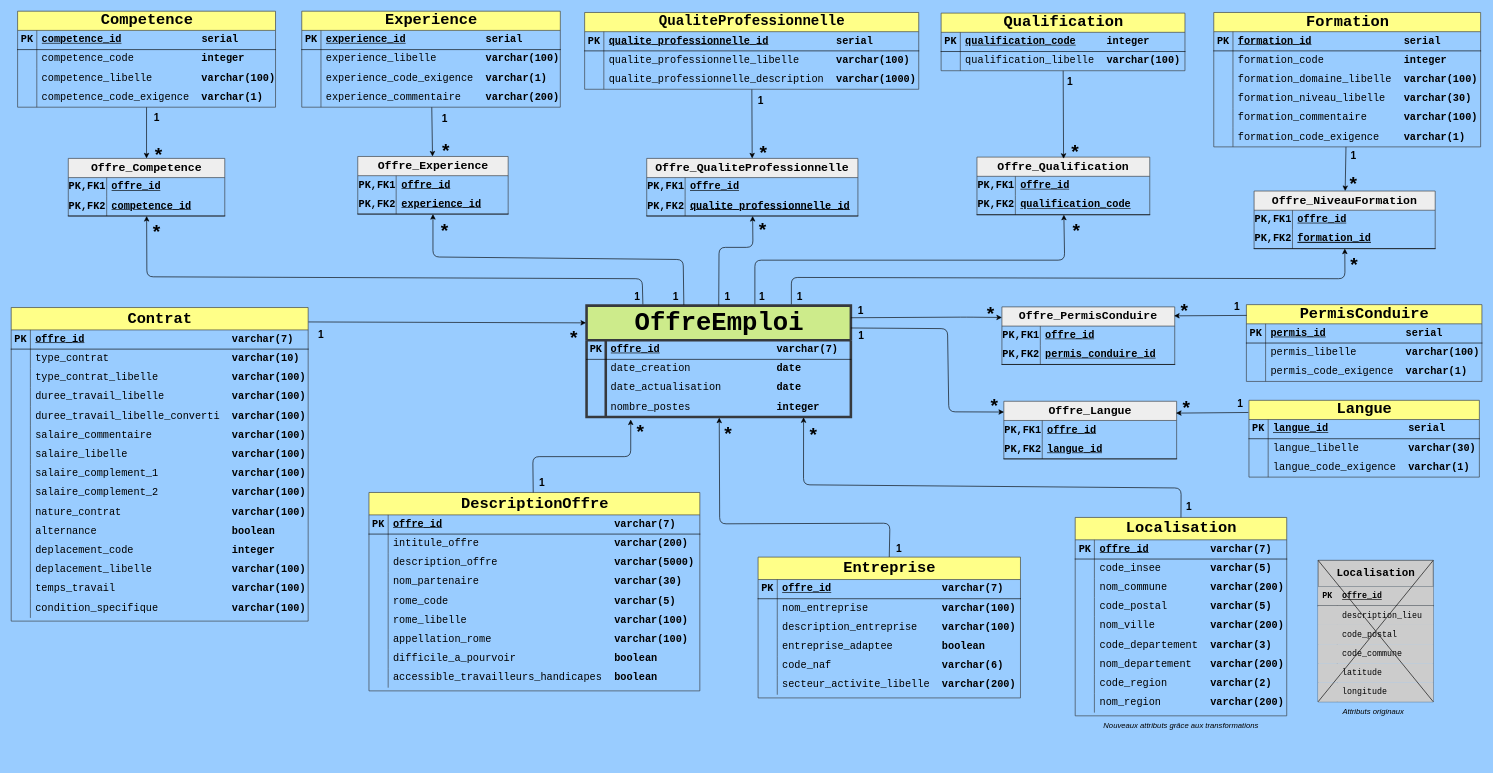
The draw.io diagram load_sql/UML.drawio in vimchun/Job-Market-in-France, before the edit. Source tidied: cells renumbered, new cells numbered last; positions are measured from the earlier drawing's top-left corner, leaving out a move shared by most shapes. Both pictures are drawn from the tidied source at 64%, with x=0, y=0 at pixel (11, 11).
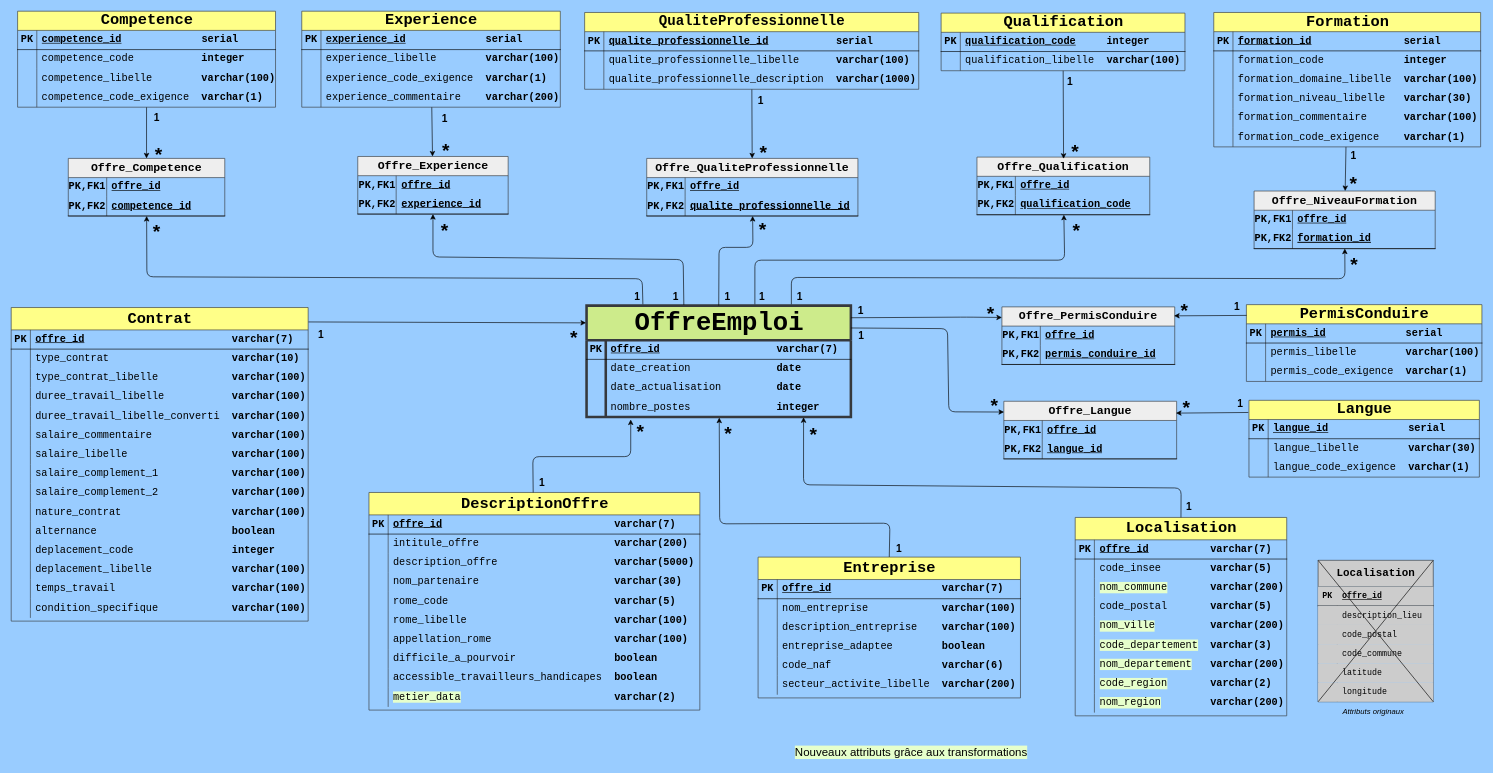
After the change.

Commit message (it also covers changes not shown here):
mise à jour des fichiers drawio (uml + workflow)

Unchanged cells that the change refers to:
```xml
<mxCell id="215" style="shape=tableRow;horizontal=0;startSize=0;swimlaneHead=0;swimlaneBody=0;fillColor=none;top=0;left=0;right=0;bottom=0;rounded=0;fontFamily=Courier New;fontSize=16;strokeColor=#000000;" parent="208" vertex="1">
  <mxGeometry y="95" width="330.5" height="30" as="geometry" />
</mxCell>
<mxCell id="221" style="shape=tableRow;horizontal=0;startSize=0;swimlaneHead=0;swimlaneBody=0;fillColor=none;top=0;left=0;right=0;bottom=0;rounded=0;fontFamily=Courier New;fontSize=16;strokeColor=#000000;" parent="208" vertex="1">
  <mxGeometry y="155" width="330.5" height="30" as="geometry" />
</mxCell>
<mxCell id="224" style="shape=tableRow;horizontal=0;startSize=0;swimlaneHead=0;swimlaneBody=0;fillColor=none;top=0;left=0;right=0;bottom=0;rounded=0;fontFamily=Courier New;fontSize=16;strokeColor=#000000;" parent="208" vertex="1">
  <mxGeometry y="185" width="330.5" height="30" as="geometry" />
</mxCell>
<mxCell id="227" style="shape=tableRow;horizontal=0;startSize=0;swimlaneHead=0;swimlaneBody=0;fillColor=none;top=0;left=0;right=0;bottom=0;rounded=0;fontFamily=Courier New;fontSize=16;strokeColor=#000000;" parent="208" vertex="1">
  <mxGeometry y="215" width="330.5" height="30" as="geometry" />
</mxCell>
<mxCell id="230" style="shape=tableRow;horizontal=0;startSize=0;swimlaneHead=0;swimlaneBody=0;fillColor=none;top=0;left=0;right=0;bottom=0;rounded=0;fontFamily=Courier New;fontSize=16;strokeColor=#000000;" parent="208" vertex="1">
  <mxGeometry y="245" width="330.5" height="30" as="geometry" />
</mxCell>
<mxCell id="233" style="shape=tableRow;horizontal=0;startSize=0;swimlaneHead=0;swimlaneBody=0;fillColor=none;top=0;left=0;right=0;bottom=0;rounded=0;fontFamily=Courier New;fontSize=16;strokeColor=#000000;" parent="208" vertex="1">
  <mxGeometry y="275" width="330.5" height="30" as="geometry" />
</mxCell>
```

Diff of the diagram source:
```diff
@@
-    <mxCell id="217" value="&lt;span style=&quot;background-color: transparent;&quot;&gt;nom_commune&amp;nbsp; &amp;nbsp; &amp;nbsp; &amp;nbsp;&lt;b style=&quot;color: light-dark(rgb(0, 0, 0), rgb(255, 255, 255));&quot;&gt;varchar(200)&lt;/b&gt;&lt;/span&gt;" style="shape=partialRectangle;fillColor=none;top=0;left=0;bottom=0;right=0;align=left;spacingLeft=6;overflow=hidden;whiteSpace=wrap;html=1;rounded=0;fontFamily=Courier New;fontSize=16;strokeColor=#000000;" parent="215" vertex="1">
+    <mxCell id="217" value="&lt;font style=&quot;color: rgb(0, 0, 0); background-color: rgb(230, 255, 204);&quot;&gt;nom_commune&lt;/font&gt;&amp;nbsp; &amp;nbsp; &amp;nbsp; &amp;nbsp;&lt;b style=&quot;background-color: transparent; color: light-dark(rgb(0, 0, 0), rgb(255, 255, 255));&quot;&gt;varchar(200)&lt;/b&gt;" style="shape=partialRectangle;fillColor=none;top=0;left=0;bottom=0;right=0;align=left;spacingLeft=6;overflow=hidden;whiteSpace=wrap;html=1;rounded=0;fontFamily=Courier New;fontSize=16;strokeColor=#000000;" parent="215" vertex="1">
       <mxGeometry x="30" width="300.5" height="30" as="geometry" />
     </mxCell>
@@
-    <mxCell id="223" value="&lt;span style=&quot;background-color: transparent;&quot;&gt;nom_ville&amp;nbsp; &amp;nbsp; &amp;nbsp; &amp;nbsp; &amp;nbsp;&lt;b style=&quot;color: light-dark(rgb(0, 0, 0), rgb(255, 255, 255));&quot;&gt;varchar(200)&lt;/b&gt;&lt;/span&gt;" style="shape=partialRectangle;fillColor=none;top=0;left=0;bottom=0;right=0;align=left;spacingLeft=6;overflow=hidden;whiteSpace=wrap;html=1;rounded=0;fontFamily=Courier New;fontSize=16;strokeColor=#000000;" parent="221" vertex="1">
+    <mxCell id="223" value="&lt;font style=&quot;color: rgb(0, 0, 0); background-color: rgb(230, 255, 204);&quot;&gt;nom_ville&lt;/font&gt;&amp;nbsp; &amp;nbsp; &amp;nbsp; &amp;nbsp; &amp;nbsp;&lt;b style=&quot;background-color: transparent; color: light-dark(rgb(0, 0, 0), rgb(255, 255, 255));&quot;&gt;varchar(200)&lt;/b&gt;" style="shape=partialRectangle;fillColor=none;top=0;left=0;bottom=0;right=0;align=left;spacingLeft=6;overflow=hidden;whiteSpace=wrap;html=1;rounded=0;fontFamily=Courier New;fontSize=16;strokeColor=#000000;" parent="221" vertex="1">
       <mxGeometry x="30" width="300.5" height="30" as="geometry" />
     </mxCell>
@@
-    <mxCell id="226" value="&lt;span style=&quot;background-color: transparent;&quot;&gt;code_departement&amp;nbsp;&amp;nbsp;&lt;b style=&quot;color: light-dark(rgb(0, 0, 0), rgb(255, 255, 255));&quot;&gt;varchar(3)&lt;/b&gt;&lt;/span&gt;" style="shape=partialRectangle;fillColor=none;top=0;left=0;bottom=0;right=0;align=left;spacingLeft=6;overflow=hidden;whiteSpace=wrap;html=1;rounded=0;fontFamily=Courier New;fontSize=16;strokeColor=#000000;" parent="224" vertex="1">
+    <mxCell id="226" value="&lt;font style=&quot;color: rgb(0, 0, 0); background-color: rgb(230, 255, 204);&quot;&gt;code_departement&lt;/font&gt;&amp;nbsp;&amp;nbsp;&lt;b style=&quot;background-color: transparent; color: light-dark(rgb(0, 0, 0), rgb(255, 255, 255));&quot;&gt;varchar(3)&lt;/b&gt;" style="shape=partialRectangle;fillColor=none;top=0;left=0;bottom=0;right=0;align=left;spacingLeft=6;overflow=hidden;whiteSpace=wrap;html=1;rounded=0;fontFamily=Courier New;fontSize=16;strokeColor=#000000;" parent="224" vertex="1">
       <mxGeometry x="30" width="300.5" height="30" as="geometry" />
     </mxCell>
@@
-    <mxCell id="229" value="&lt;span style=&quot;background-color: transparent;&quot;&gt;nom_departement&amp;nbsp;&amp;nbsp;&lt;font color=&quot;rgba(0, 0, 0, 0)&quot;&gt;&amp;nbsp;&lt;/font&gt;&lt;b style=&quot;color: light-dark(rgb(0, 0, 0), rgb(255, 255, 255));&quot;&gt;varchar(200)&lt;/b&gt;&lt;/span&gt;" style="shape=partialRectangle;fillColor=none;top=0;left=0;bottom=0;right=0;align=left;spacingLeft=6;overflow=hidden;whiteSpace=wrap;html=1;rounded=0;fontFamily=Courier New;fontSize=16;strokeColor=#000000;" parent="227" vertex="1">
+    <mxCell id="229" value="&lt;font style=&quot;color: rgb(0, 0, 0); background-color: rgb(230, 255, 204);&quot;&gt;nom_departement&lt;/font&gt;&amp;nbsp;&amp;nbsp;&lt;font style=&quot;background-color: transparent; color: rgb(0, 0, 255);&quot;&gt;&amp;nbsp;&lt;/font&gt;&lt;b style=&quot;background-color: transparent; color: light-dark(rgb(0, 0, 0), rgb(255, 255, 255));&quot;&gt;varchar(200)&lt;/b&gt;" style="shape=partialRectangle;fillColor=none;top=0;left=0;bottom=0;right=0;align=left;spacingLeft=6;overflow=hidden;whiteSpace=wrap;html=1;rounded=0;fontFamily=Courier New;fontSize=16;strokeColor=#000000;" parent="227" vertex="1">
       <mxGeometry x="30" width="300.5" height="30" as="geometry" />
     </mxCell>
@@
-    <mxCell id="232" value="&lt;span style=&quot;background-color: transparent;&quot;&gt;code_region&amp;nbsp; &amp;nbsp; &amp;nbsp; &amp;nbsp;&lt;b&gt;varchar(2)&lt;/b&gt;&lt;/span&gt;" style="shape=partialRectangle;fillColor=none;top=0;left=0;bottom=0;right=0;align=left;spacingLeft=6;overflow=hidden;whiteSpace=wrap;html=1;rounded=0;fontFamily=Courier New;fontSize=16;strokeColor=#000000;" parent="230" vertex="1">
+    <mxCell id="232" value="&lt;font style=&quot;color: rgb(0, 0, 0); background-color: rgb(230, 255, 204);&quot;&gt;code_region&lt;/font&gt;&amp;nbsp; &amp;nbsp; &amp;nbsp; &amp;nbsp;&lt;b style=&quot;background-color: transparent;&quot;&gt;varchar(2)&lt;/b&gt;" style="shape=partialRectangle;fillColor=none;top=0;left=0;bottom=0;right=0;align=left;spacingLeft=6;overflow=hidden;whiteSpace=wrap;html=1;rounded=0;fontFamily=Courier New;fontSize=16;strokeColor=#000000;" parent="230" vertex="1">
       <mxGeometry x="30" width="300.5" height="30" as="geometry" />
     </mxCell>
@@
-    <mxCell id="235" value="nom_region&amp;nbsp; &amp;nbsp;&amp;nbsp;&lt;font&gt;&amp;nbsp; &amp;nbsp;&amp;nbsp;&lt;b&gt;varchar(200)&lt;/b&gt;&lt;/font&gt;" style="shape=partialRectangle;fillColor=none;top=0;left=0;bottom=0;right=0;align=left;spacingLeft=6;overflow=hidden;whiteSpace=wrap;html=1;rounded=0;fontFamily=Courier New;fontSize=16;strokeColor=#000000;" parent="233" vertex="1">
+    <mxCell id="235" value="&lt;font style=&quot;color: rgb(0, 0, 0); background-color: rgb(230, 255, 204);&quot;&gt;nom_region&lt;/font&gt;&amp;nbsp; &amp;nbsp;&amp;nbsp;&lt;font&gt;&amp;nbsp; &amp;nbsp;&amp;nbsp;&lt;b&gt;varchar(200)&lt;/b&gt;&lt;/font&gt;" style="shape=partialRectangle;fillColor=none;top=0;left=0;bottom=0;right=0;align=left;spacingLeft=6;overflow=hidden;whiteSpace=wrap;html=1;rounded=0;fontFamily=Courier New;fontSize=16;strokeColor=#000000;" parent="233" vertex="1">
       <mxGeometry x="30" width="300.5" height="30" as="geometry" />
     </mxCell>
     <mxCell id="236" value="&lt;span style=&quot;font-size: 24px;&quot;&gt;DescriptionOffre&lt;/span&gt;" style="shape=table;startSize=35;childLayout=tableLayout;rowLines=0;fontStyle=1;align=center;html=1;fillColor=#ffff88;strokeColor=#36393d;rounded=0;fontFamily=Courier New;fontSize=16;" parent="1" vertex="1">
-      <mxGeometry x="559" y="752" width="517" height="310" as="geometry" />
+      <mxGeometry x="559" y="752" width="517" height="340" as="geometry" />
     </mxCell>
@@
+    <mxCell id="345" style="shape=tableRow;horizontal=0;startSize=0;swimlaneHead=0;swimlaneBody=0;fillColor=none;top=0;left=0;right=0;bottom=0;rounded=0;fontFamily=Courier New;fontSize=16;strokeColor=#000000;" parent="236" vertex="1">
+      <mxGeometry y="305" width="517" height="30" as="geometry" />
+    </mxCell>
+    <mxCell id="346" style="shape=partialRectangle;fillColor=none;top=0;left=0;bottom=0;right=0;overflow=hidden;whiteSpace=wrap;html=1;rounded=0;fontFamily=Courier New;fontSize=16;strokeColor=#000000;" parent="345" vertex="1">
+      <mxGeometry width="30" height="30" as="geometry" />
+    </mxCell>
+    <mxCell id="347" value="&lt;font&gt;&lt;font style=&quot;color: rgb(0, 0, 0); background-color: rgb(230, 255, 204);&quot;&gt;metier_data&lt;/font&gt;&lt;font style=&quot;color: rgb(0, 0, 0);&quot;&gt;&amp;nbsp; &amp;nbsp; &amp;nbsp; &amp;nbsp; &amp;nbsp; &amp;nbsp; &amp;nbsp; &amp;nbsp; &amp;nbsp; &amp;nbsp; &amp;nbsp; &amp;nbsp; &amp;nbsp;&lt;/font&gt;&lt;b style=&quot;color: light-dark(rgb(0, 0, 0), rgb(237, 237, 237)); background-color: transparent;&quot;&gt;varchar(2)&lt;/b&gt;&lt;/font&gt;" style="shape=partialRectangle;fillColor=none;top=0;left=0;bottom=0;right=0;align=left;spacingLeft=6;overflow=hidden;whiteSpace=wrap;html=1;rounded=0;fontFamily=Courier New;fontSize=16;strokeColor=#000000;" parent="345" vertex="1">
+      <mxGeometry x="30" width="487" height="30" as="geometry" />
+    </mxCell>
@@
-    <mxCell id="343" value="Nouveaux attributs grâce aux transformations" style="text;html=1;align=center;verticalAlign=middle;whiteSpace=wrap;rounded=0;fontStyle=2;" parent="1" vertex="1">
-      <mxGeometry x="1690.8" y="1102" width="274" height="30" as="geometry" />
+    <mxCell id="343" value="Nouveaux attributs grâce aux transformations" style="text;html=1;align=center;verticalAlign=middle;whiteSpace=wrap;rounded=0;fontStyle=0;fontColor=#000000;labelBackgroundColor=#E6FFCC;fontSize=18;" parent="1" vertex="1">
+      <mxGeometry x="1170" y="1143" width="473" height="30" as="geometry" />
     </mxCell>
```
